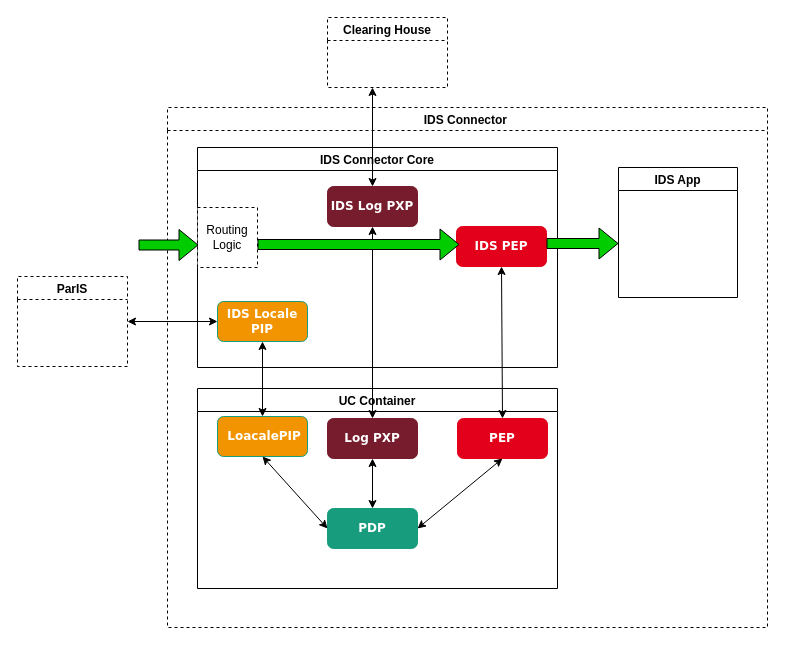
Before: page "Components" (1 of 2) of documentation/3_Layers_of_the_Reference_Architecture_Model/3_3_Process_Layer/media/uc-example.drawio in International-Data-Spaces-Association/IDS-RAM_4_0, a draw.io diagram. Source tidied: cells renumbered, new cells numbered last; positions are measured from the earlier drawing's top-left corner, leaving out a move shared by most shapes. Both pictures are drawn from the tidied source at 100%, with x=0, y=0 at pixel (17, 17).
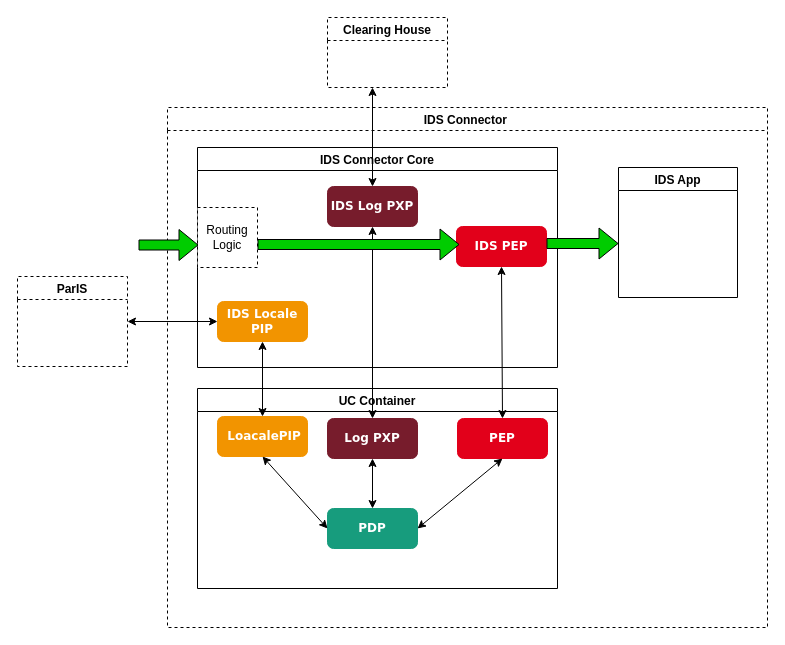
The same page after the edit.

Unchanged cells that the change refers to:
```xml
<mxCell id="4" value="UC Container" style="swimlane;fontSize=12;startSize=23;" parent="2" vertex="1">
  <mxGeometry x="30" y="281" width="360" height="200" as="geometry" />
</mxCell>
<mxCell id="15" value="IDS Connector Core" style="swimlane;startSize=23;" parent="2" vertex="1">
  <mxGeometry x="30" y="40" width="360" height="220" as="geometry" />
</mxCell>
```

Change to the diagram source:
```diff
@@
-    <mxCell id="7" value="&lt;b style=&quot;color: rgb(255 , 255 , 255) ; font-family: &amp;#34;verdana&amp;#34;&quot;&gt;&lt;font style=&quot;font-size: 12px&quot;&gt;&amp;nbsp;LoacalePIP&lt;/font&gt;&lt;/b&gt;" style="rounded=1;whiteSpace=wrap;html=1;fillColor=#F29400;strokeColor=#179C7D;" parent="4" vertex="1">
+    <mxCell id="7" value="&lt;b style=&quot;color: rgb(255 , 255 , 255) ; font-family: &amp;#34;verdana&amp;#34;&quot;&gt;&lt;font style=&quot;font-size: 12px&quot;&gt;&amp;nbsp;LoacalePIP&lt;/font&gt;&lt;/b&gt;" style="rounded=1;whiteSpace=wrap;html=1;fillColor=#F29400;strokeColor=#F29400;" parent="4" vertex="1">
       <mxGeometry x="20" y="28" width="90" height="40" as="geometry" />
     </mxCell>
@@
-    <mxCell id="18" value="&lt;b style=&quot;color: rgb(255 , 255 , 255) ; font-family: &amp;#34;verdana&amp;#34;&quot;&gt;&lt;font style=&quot;font-size: 12px&quot;&gt;IDS Locale PIP&lt;/font&gt;&lt;/b&gt;" style="rounded=1;whiteSpace=wrap;html=1;fillColor=#F29400;strokeColor=#179C7D;" parent="15" vertex="1">
+    <mxCell id="18" value="&lt;b style=&quot;color: rgb(255 , 255 , 255) ; font-family: &amp;#34;verdana&amp;#34;&quot;&gt;&lt;font style=&quot;font-size: 12px&quot;&gt;IDS Locale PIP&lt;/font&gt;&lt;/b&gt;" style="rounded=1;whiteSpace=wrap;html=1;fillColor=#F29400;strokeColor=#F29400;" parent="15" vertex="1">
       <mxGeometry x="20" y="154" width="90" height="40" as="geometry" />
     </mxCell>
```
